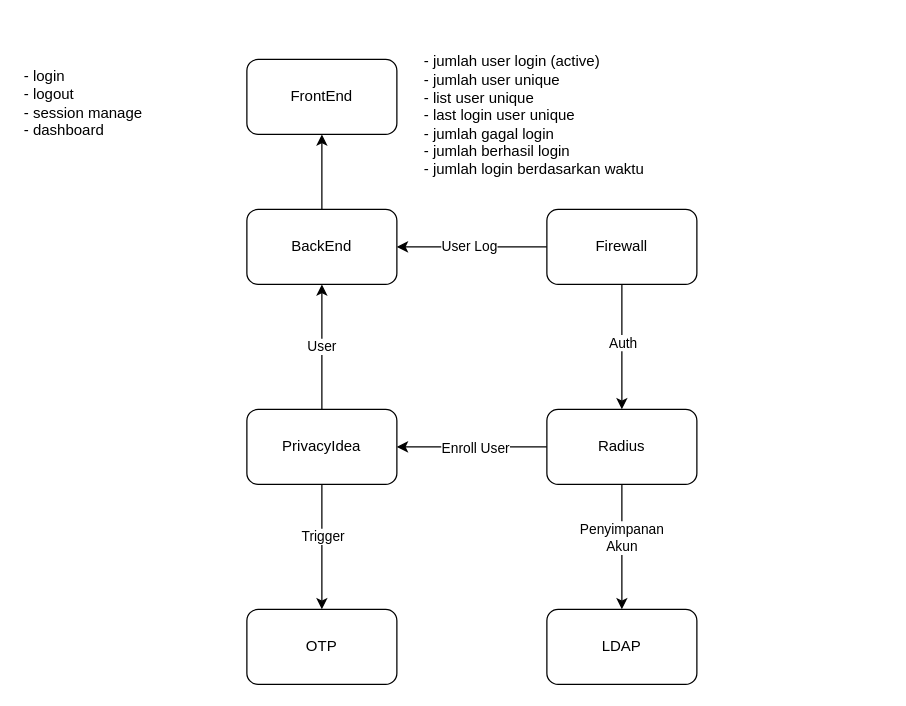
fsdio/draw.io.dev keeps this draw.io diagram as page "Halaman-1" (1 of 2) of Log_LDAP_2025.drawio. Above is the earlier version. Source tidied: cells renumbered, new cells numbered last; positions are measured from the earlier drawing's top-left corner, leaving out a move shared by most shapes. Both pictures are drawn from the tidied source at 125%, with x=0, y=0 at pixel (21, 21).
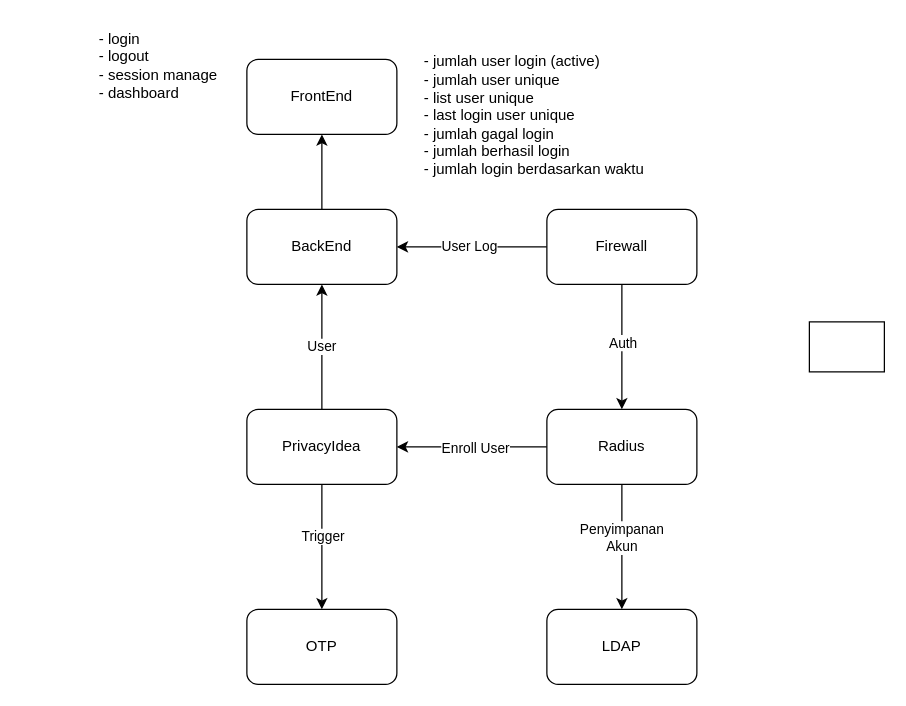
Above is the later version.

What changed in the source:
```diff
@@
     <mxCell id="20" value="- login&lt;div&gt;- logout&lt;/div&gt;&lt;div&gt;- session manage&lt;/div&gt;&lt;div&gt;- dashboard&lt;/div&gt;" style="text;html=1;align=left;verticalAlign=middle;whiteSpace=wrap;rounded=0;" parent="1" vertex="1">
-      <mxGeometry width="180" height="130" as="geometry" />
+      <mxGeometry x="60" width="110" height="70" as="geometry" />
     </mxCell>
@@
+    <mxCell id="24" style="rounded=0;whiteSpace=wrap;html=1;" parent="1" vertex="1">
+      <mxGeometry x="630" y="240" width="60" height="40" as="geometry" />
+    </mxCell>
```
